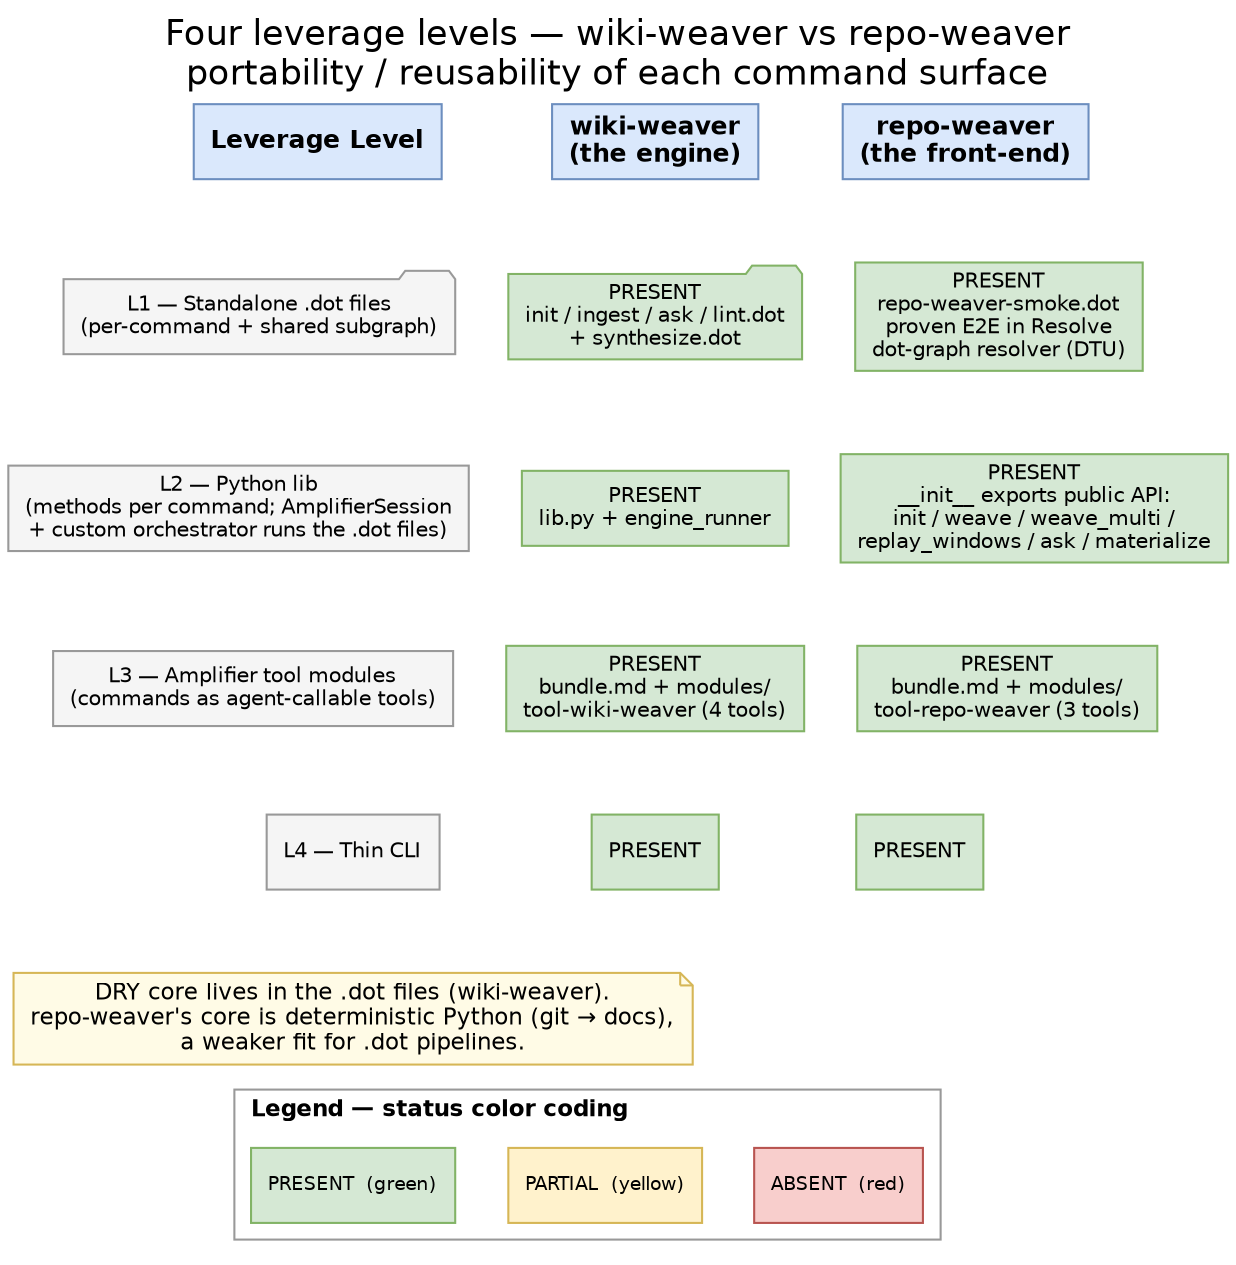
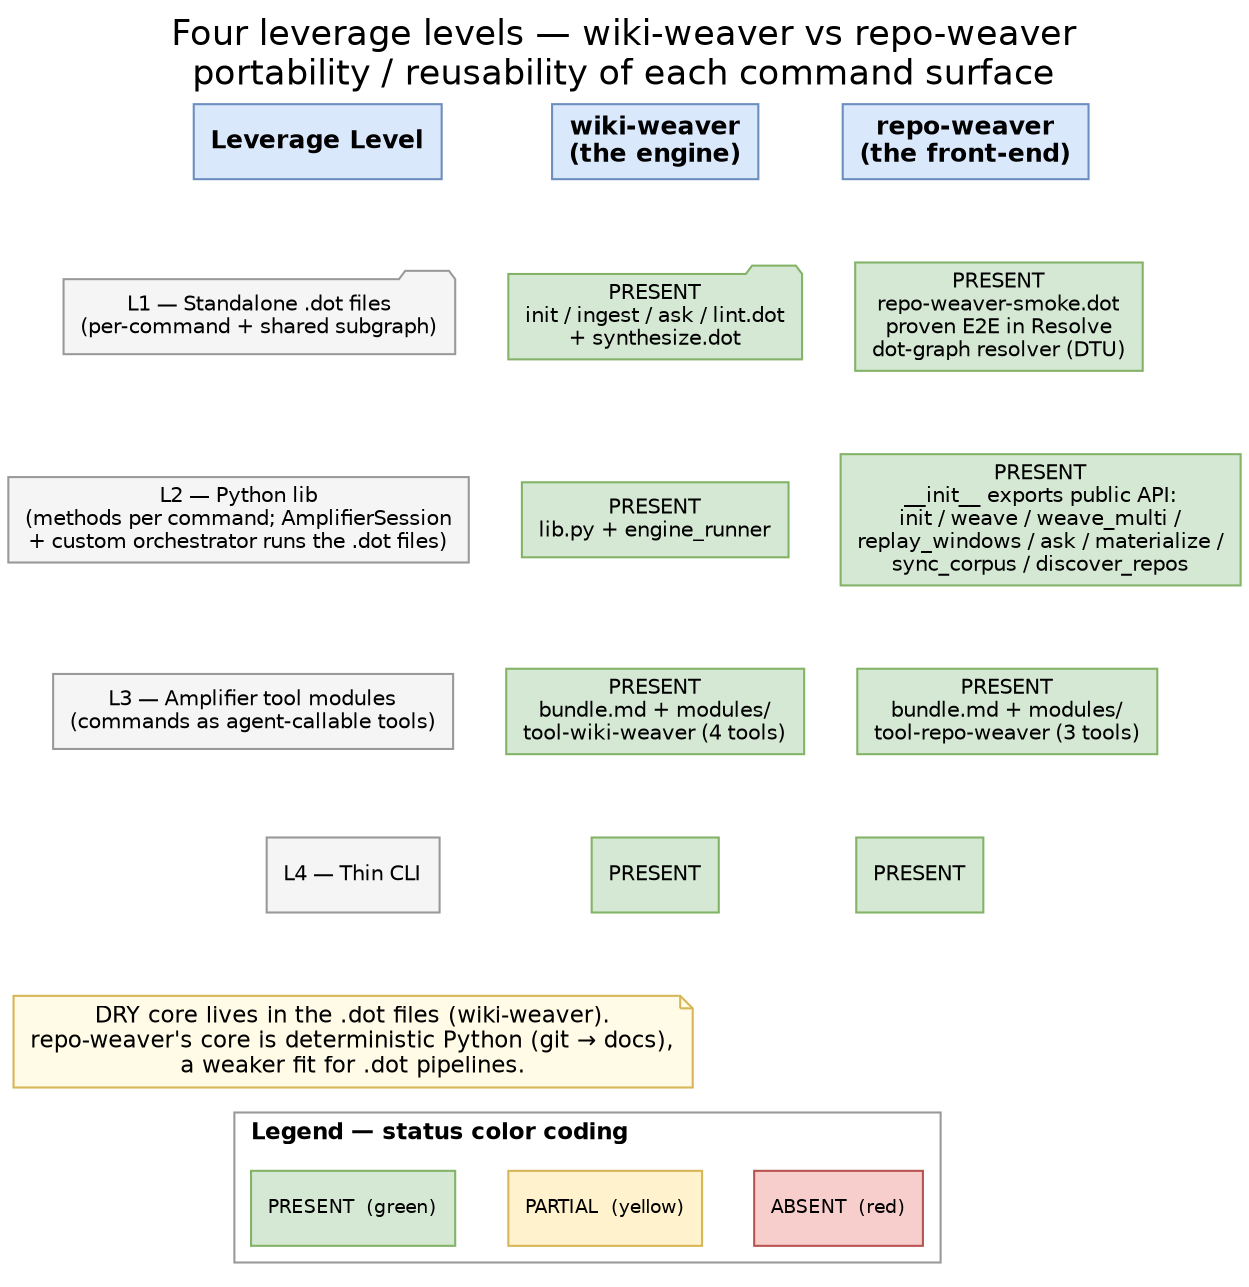
digraph leverage_levels {
  label="Four leverage levels — wiki-weaver vs repo-weaver\nportability / reusability of each command surface";
  labelloc="t";
  fontname="Helvetica";
  fontsize=17;
  rankdir=TB;
  nodesep=0.35;
  ranksep=0.55;
  node [fontname="Helvetica", fontsize=10, style=filled, shape=box];
  edge [style=invis];

  // ---------------- column headers ----------------
  h_level [label="Leverage Level", fillcolor="#dae8fc", color="#6c8ebf", fontname="Helvetica-Bold", fontsize=12];
  h_ww    [label="wiki-weaver\n(the engine)", fillcolor="#dae8fc", color="#6c8ebf", fontname="Helvetica-Bold", fontsize=12];
  h_rw    [label="repo-weaver\n(the front-end)", fillcolor="#dae8fc", color="#6c8ebf", fontname="Helvetica-Bold", fontsize=12];

  // ---------------- L1 ----------------
  l1_desc [label="L1 — Standalone .dot files\n(per-command + shared subgraph)", shape=folder, fillcolor="#f5f5f5", color="#999999"];
  l1_ww   [label="PRESENT\ninit / ingest / ask / lint.dot\n+ synthesize.dot", shape=folder, fillcolor="#d5e8d4", color="#82b366"];
  l1_rw   [label="PRESENT\nrepo-weaver-smoke.dot\nproven E2E in Resolve\ndot-graph resolver (DTU)", fillcolor="#d5e8d4", color="#82b366"];

  // ---------------- L2 ----------------
  l2_desc [label="L2 — Python lib\n(methods per command; AmplifierSession\n+ custom orchestrator runs the .dot files)", fillcolor="#f5f5f5", color="#999999"];
  l2_ww   [label="PRESENT\nlib.py + engine_runner", fillcolor="#d5e8d4", color="#82b366"];
-   l2_rw   [label="PRESENT\n__init__ exports public API:\ninit / weave / weave_multi /\nreplay_windows / ask / materialize", fillcolor="#d5e8d4", color="#82b366"];
+   l2_rw   [label="PRESENT\n__init__ exports public API:\ninit / weave / weave_multi /\nreplay_windows / ask / materialize /\nsync_corpus / discover_repos", fillcolor="#d5e8d4", color="#82b366"];

  // ---------------- L3 ----------------
  l3_desc [label="L3 — Amplifier tool modules\n(commands as agent-callable tools)", fillcolor="#f5f5f5", color="#999999"];
  l3_ww   [label="PRESENT\nbundle.md + modules/\ntool-wiki-weaver (4 tools)", fillcolor="#d5e8d4", color="#82b366"];
  l3_rw   [label="PRESENT\nbundle.md + modules/\ntool-repo-weaver (3 tools)", fillcolor="#d5e8d4", color="#82b366"];

  // ---------------- L4 ----------------
  l4_desc [label="L4 — Thin CLI", fillcolor="#f5f5f5", color="#999999"];
  l4_ww   [label="PRESENT", fillcolor="#d5e8d4", color="#82b366"];
  l4_rw   [label="PRESENT", fillcolor="#d5e8d4", color="#82b366"];

  // ---------------- note row ----------------
  note [label="DRY core lives in the .dot files (wiki-weaver).\nrepo-weaver's core is deterministic Python (git → docs),\na weaker fit for .dot pipelines.", shape=note, fillcolor="#fffbe6", color="#d6b656", fontsize=11];

  // ---------------- row alignment (rank=same) ----------------
  { rank=same; h_level; h_ww; h_rw }
  { rank=same; l1_desc; l1_ww; l1_rw }
  { rank=same; l2_desc; l2_ww; l2_rw }
  { rank=same; l3_desc; l3_ww; l3_rw }
  { rank=same; l4_desc; l4_ww; l4_rw }

  // ---------------- column ordering (invisible vertical chains) ----------------
  h_level -> l1_desc -> l2_desc -> l3_desc -> l4_desc -> note;
  h_ww    -> l1_ww   -> l2_ww   -> l3_ww   -> l4_ww;
  h_rw    -> l1_rw   -> l2_rw   -> l3_rw   -> l4_rw;

  // ---------------- horizontal ordering within each row ----------------
  h_level -> h_ww -> h_rw;
  l1_desc -> l1_ww -> l1_rw;
  l2_desc -> l2_ww -> l2_rw;
  l3_desc -> l3_ww -> l3_rw;
  l4_desc -> l4_ww -> l4_rw;

  // ---------------- legend ----------------
  subgraph cluster_legend {
    label="Legend — status color coding";
    labeljust="l";
    style=filled; fillcolor="#ffffff"; color="#999999";
    fontsize=11; fontname="Helvetica-Bold";
    node [fontsize=9];

    lg_present [label="PRESENT  (green)", fillcolor="#d5e8d4", color="#82b366"];
    lg_partial [label="PARTIAL  (yellow)", fillcolor="#fff2cc", color="#d6b656"];
    lg_absent  [label="ABSENT  (red)", fillcolor="#f8cecc", color="#b85450"];

    lg_present -> lg_partial -> lg_absent [style=invis];
    { rank=same; lg_present; lg_partial; lg_absent }
  }

  note -> lg_present [style=invis];
}
